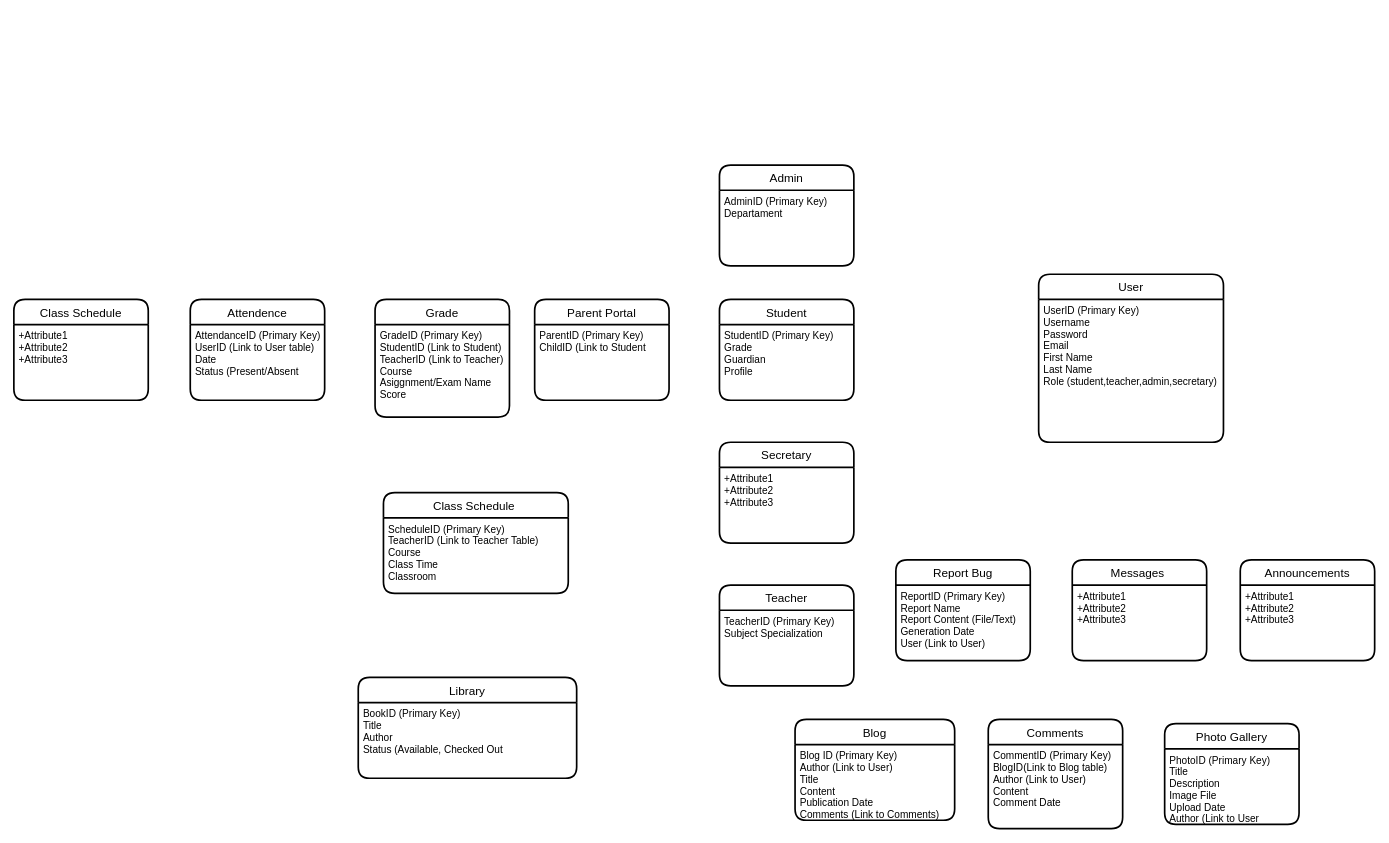
Before: diagrams/SQL-database-diagram-UML.drawio in jimmyyo911/Liceul-Tehnolgoic-Electromures2, a draw.io diagram. Source tidied: cells renumbered, new cells numbered last; positions are measured from the earlier drawing's top-left corner, leaving out a move shared by most shapes. Both pictures are drawn from the tidied source at 84%, with x=0, y=0 at pixel (13, 165).
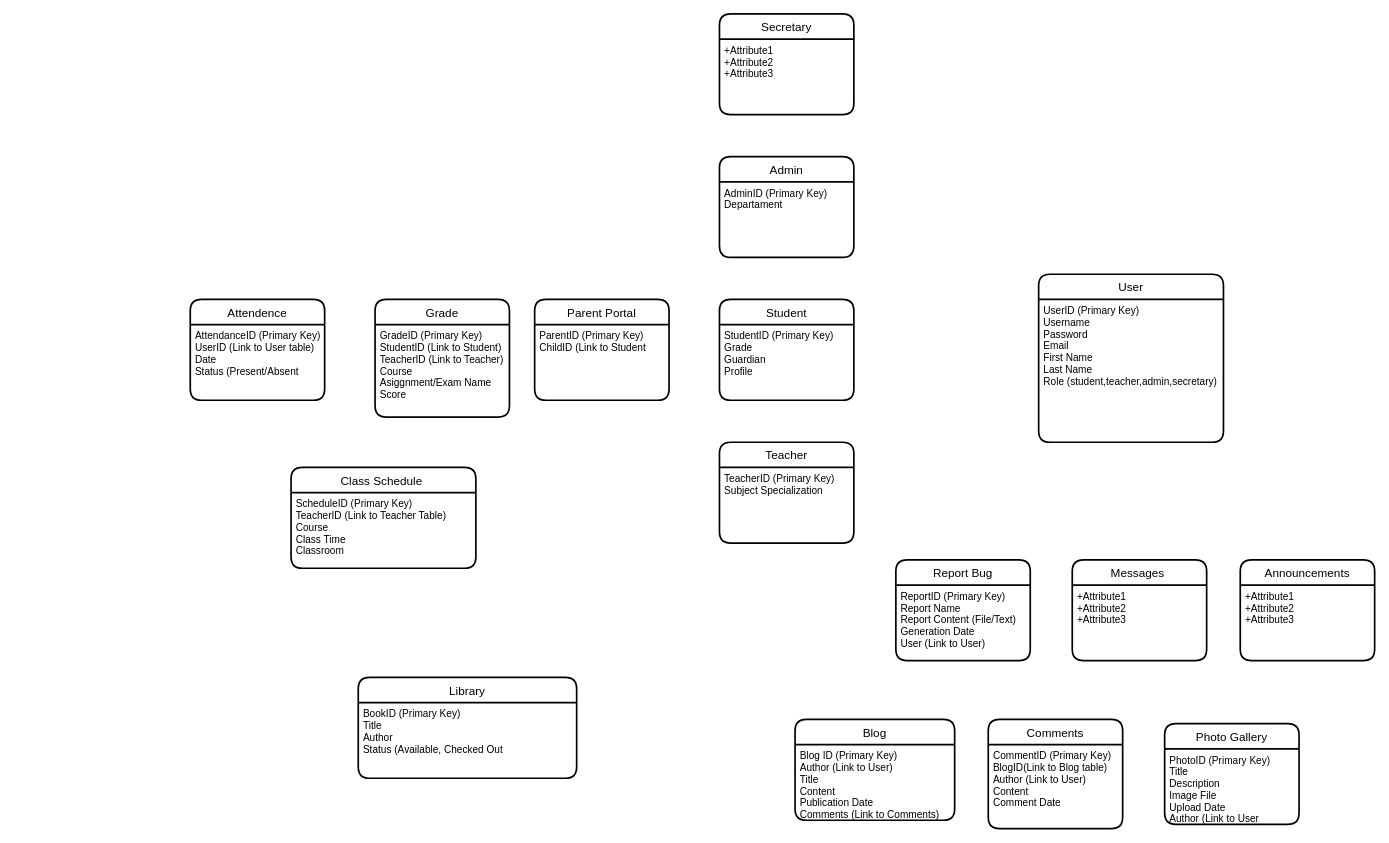
Above is the later version.

The edit, as a diff of the source:
```diff
@@
     <mxCell id="6" value="Teacher" style="swimlane;horizontal=1;startSize=30;rounded=1;fontSize=14;fontStyle=0;strokeWidth=2;shadow=0;dashed=0;align=center;" parent="1" vertex="1">
-      <mxGeometry x="840" y="500" width="160" height="120" as="geometry" />
+      <mxGeometry x="840" y="330" width="160" height="120" as="geometry" />
     </mxCell>
@@
     <mxCell id="8" value="Admin" style="swimlane;horizontal=1;startSize=30;rounded=1;fontSize=14;fontStyle=0;strokeWidth=2;shadow=0;dashed=0;align=center;" parent="1" vertex="1">
-      <mxGeometry x="840" width="160" height="120" as="geometry" />
+      <mxGeometry x="840" y="-10" width="160" height="120" as="geometry" />
     </mxCell>
@@
     <mxCell id="10" value="Secretary" style="swimlane;horizontal=1;startSize=30;rounded=1;fontSize=14;fontStyle=0;strokeWidth=2;shadow=0;dashed=0;align=center;" parent="1" vertex="1">
-      <mxGeometry x="840" y="330" width="160" height="120" as="geometry" />
+      <mxGeometry x="840" y="-180" width="160" height="120" as="geometry" />
     </mxCell>
@@
-    <mxCell id="14" value="Class Schedule" style="swimlane;horizontal=1;startSize=30;rounded=1;fontSize=14;fontStyle=0;strokeWidth=2;shadow=0;dashed=0;align=center;" parent="1" vertex="1">
-      <mxGeometry y="160" width="160" height="120" as="geometry" />
-    </mxCell>
-    <mxCell id="15" value="+Attribute1&#10;+Attribute2&#10;+Attribute3" style="align=left;strokeColor=none;fillColor=none;spacingLeft=4;fontSize=12;verticalAlign=top;" parent="14" vertex="1">
-      <mxGeometry y="30" width="160" height="90" as="geometry" />
-    </mxCell>
@@
     <mxCell id="32" value="Class Schedule " style="swimlane;horizontal=1;startSize=30;rounded=1;fontSize=14;fontStyle=0;strokeWidth=2;shadow=0;dashed=0;align=center;" parent="1" vertex="1">
-      <mxGeometry x="440" y="390" width="220" height="120" as="geometry" />
+      <mxGeometry x="330" y="360" width="220" height="120" as="geometry" />
     </mxCell>
```
